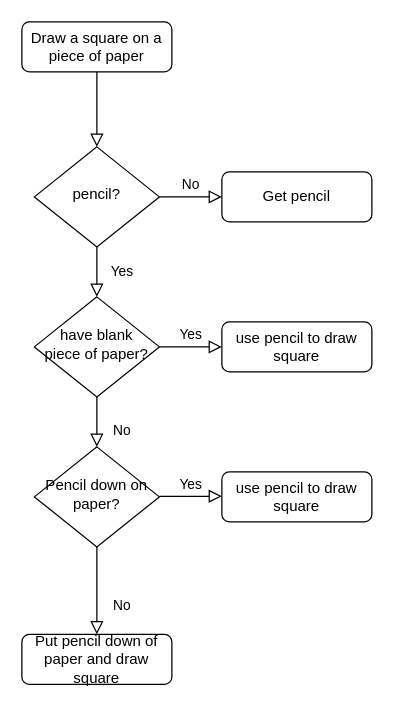
Above: Untitled Diagram.drawio in Angela-zw/test (draw.io), before the change. Source tidied: cells renumbered, new cells numbered last; positions are measured from the earlier drawing's top-left corner, leaving out a move shared by most shapes. Both pictures are drawn from the tidied source at 125%, with x=0, y=0 at pixel (21, 21).
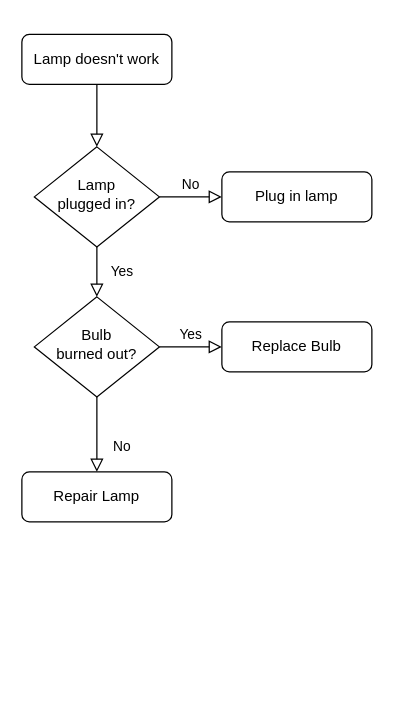
After the change.

What changed in the source:
```diff
@@
 <mxGraphModel>
   <root>
     <mxCell id="0" />
     <mxCell id="1" parent="0" />
     <mxCell id="2" style="rounded=0;html=1;jettySize=auto;fontSize=11;endArrow=block;endFill=0;endSize=8;strokeWidth=1;shadow=0;labelBackgroundColor=none;edgeStyle=orthogonalEdgeStyle;" parent="1" edge="1" source="3" target="6">
       <mxGeometry relative="1" as="geometry" />
     </mxCell>
-    <mxCell id="3" value="Draw a square on a piece of paper" style="rounded=1;whiteSpace=wrap;html=1;fontSize=12;glass=0;strokeWidth=1;shadow=0;" parent="1" vertex="1">
-      <mxGeometry width="120" height="40" as="geometry" />
+    <mxCell id="3" value="Lamp doesn't work" style="rounded=1;whiteSpace=wrap;html=1;fontSize=12;glass=0;strokeWidth=1;shadow=0;" parent="1" vertex="1">
+      <mxGeometry y="10" width="120" height="40" as="geometry" />
     </mxCell>
     <mxCell id="4" value="Yes" style="rounded=0;html=1;jettySize=auto;fontSize=11;endArrow=block;endFill=0;endSize=8;strokeWidth=1;shadow=0;labelBackgroundColor=none;edgeStyle=orthogonalEdgeStyle;" parent="1" edge="1" source="6" target="10">
       <mxGeometry y="20" relative="1" as="geometry" />
     </mxCell>
     <mxCell id="5" value="No" style="edgeStyle=orthogonalEdgeStyle;rounded=0;html=1;jettySize=auto;fontSize=11;endArrow=block;endFill=0;endSize=8;strokeWidth=1;shadow=0;labelBackgroundColor=none;" parent="1" edge="1" source="6" target="7">
       <mxGeometry y="10" relative="1" as="geometry" />
     </mxCell>
-    <mxCell id="6" value="pencil?&lt;br&gt;" style="rhombus;whiteSpace=wrap;html=1;shadow=0;fontFamily=Helvetica;fontSize=12;align=center;strokeWidth=1;spacing=6;spacingTop=-4;" parent="1" vertex="1">
+    <mxCell id="6" value="Lamp&lt;br&gt;plugged in?" style="rhombus;whiteSpace=wrap;html=1;shadow=0;fontFamily=Helvetica;fontSize=12;align=center;strokeWidth=1;spacing=6;spacingTop=-4;" parent="1" vertex="1">
       <mxGeometry x="10" y="100" width="100" height="80" as="geometry" />
     </mxCell>
-    <mxCell id="7" value="Get pencil" style="rounded=1;whiteSpace=wrap;html=1;fontSize=12;glass=0;strokeWidth=1;shadow=0;" parent="1" vertex="1">
+    <mxCell id="7" value="Plug in lamp" style="rounded=1;whiteSpace=wrap;html=1;fontSize=12;glass=0;strokeWidth=1;shadow=0;" parent="1" vertex="1">
       <mxGeometry x="160" y="120" width="120" height="40" as="geometry" />
     </mxCell>
-    <mxCell id="8" value="No" style="rounded=0;html=1;jettySize=auto;fontSize=11;endArrow=block;endFill=0;endSize=8;strokeWidth=1;shadow=0;labelBackgroundColor=none;edgeStyle=orthogonalEdgeStyle;entryX=0.5;entryY=0;entryDx=0;entryDy=0;" parent="1" edge="1" source="10" target="13">
+    <mxCell id="8" value="No" style="rounded=0;html=1;jettySize=auto;fontSize=11;endArrow=block;endFill=0;endSize=8;strokeWidth=1;shadow=0;labelBackgroundColor=none;edgeStyle=orthogonalEdgeStyle;" parent="1" edge="1" source="10" target="11">
       <mxGeometry x="0.33" y="20" relative="1" as="geometry" />
     </mxCell>
     <mxCell id="9" value="Yes" style="edgeStyle=orthogonalEdgeStyle;rounded=0;html=1;jettySize=auto;fontSize=11;endArrow=block;endFill=0;endSize=8;strokeWidth=1;shadow=0;labelBackgroundColor=none;" parent="1" edge="1" source="10" target="12">
       <mxGeometry y="10" relative="1" as="geometry" />
     </mxCell>
-    <mxCell id="10" value="have blank piece of paper?" style="rhombus;whiteSpace=wrap;html=1;shadow=0;fontFamily=Helvetica;fontSize=12;align=center;strokeWidth=1;spacing=6;spacingTop=-4;" parent="1" vertex="1">
+    <mxCell id="10" value="Bulb&lt;br&gt;burned out?" style="rhombus;whiteSpace=wrap;html=1;shadow=0;fontFamily=Helvetica;fontSize=12;align=center;strokeWidth=1;spacing=6;spacingTop=-4;" parent="1" vertex="1">
       <mxGeometry x="10" y="220" width="100" height="80" as="geometry" />
     </mxCell>
-    <mxCell id="11" value="Put pencil down of paper and draw square" style="rounded=1;whiteSpace=wrap;html=1;fontSize=12;glass=0;strokeWidth=1;shadow=0;" parent="1" vertex="1">
-      <mxGeometry y="490" width="120" height="40" as="geometry" />
+    <mxCell id="11" value="Repair Lamp" style="rounded=1;whiteSpace=wrap;html=1;fontSize=12;glass=0;strokeWidth=1;shadow=0;" parent="1" vertex="1">
+      <mxGeometry y="360" width="120" height="40" as="geometry" />
     </mxCell>
-    <mxCell id="12" value="use pencil to draw square" style="rounded=1;whiteSpace=wrap;html=1;fontSize=12;glass=0;strokeWidth=1;shadow=0;" parent="1" vertex="1">
+    <mxCell id="12" value="Replace Bulb" style="rounded=1;whiteSpace=wrap;html=1;fontSize=12;glass=0;strokeWidth=1;shadow=0;" parent="1" vertex="1">
       <mxGeometry x="160" y="240" width="120" height="40" as="geometry" />
     </mxCell>
-    <mxCell id="13" value="Pencil down on paper?" style="rhombus;whiteSpace=wrap;html=1;shadow=0;fontFamily=Helvetica;fontSize=12;align=center;strokeWidth=1;spacing=6;spacingTop=-4;" parent="1" vertex="1">
-      <mxGeometry x="10" y="340" width="100" height="80" as="geometry" />
-    </mxCell>
-    <mxCell id="14" value="No" style="rounded=0;html=1;jettySize=auto;fontSize=11;endArrow=block;endFill=0;endSize=8;strokeWidth=1;shadow=0;labelBackgroundColor=none;edgeStyle=orthogonalEdgeStyle;exitX=0.5;exitY=1;exitDx=0;exitDy=0;entryX=0.5;entryY=0;entryDx=0;entryDy=0;" parent="1" edge="1" source="13" target="11">
-      <mxGeometry x="0.33" y="20" relative="1" as="geometry">
-        <Array as="points">
-          <mxPoint x="60" y="450" />
-          <mxPoint x="60" y="450" />
-        </Array>
-      </mxGeometry>
-    </mxCell>
-    <mxCell id="15" value="Yes" style="edgeStyle=orthogonalEdgeStyle;rounded=0;html=1;jettySize=auto;orthogonalLoop=1;fontSize=11;endArrow=block;endFill=0;endSize=8;strokeWidth=1;shadow=0;labelBackgroundColor=none;" parent="1" edge="1">
-      <mxGeometry y="10" relative="1" as="geometry">
-        <mxPoint x="110" y="379.5" as="sourcePoint" />
-        <mxPoint x="160" y="379.5" as="targetPoint" />
-      </mxGeometry>
-    </mxCell>
-    <mxCell id="16" value="use pencil to draw square" style="rounded=1;whiteSpace=wrap;html=1;fontSize=12;glass=0;strokeWidth=1;shadow=0;" parent="1" vertex="1">
-      <mxGeometry x="160" y="360" width="120" height="40" as="geometry" />
-    </mxCell>
   </root>
 </mxGraphModel>
```
